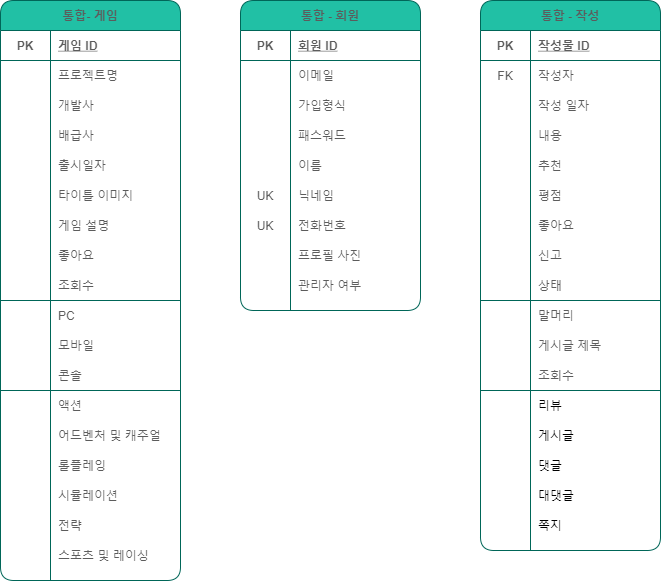
This is MIMIC-use.drawio.png from Bolgasaliee/SZ.SecondFinal-Database, a draw.io export, as it was before one commit. Source tidied: cells renumbered, new cells last; positions are measured from the earlier drawing's top-left corner, leaving out a move shared by most shapes.
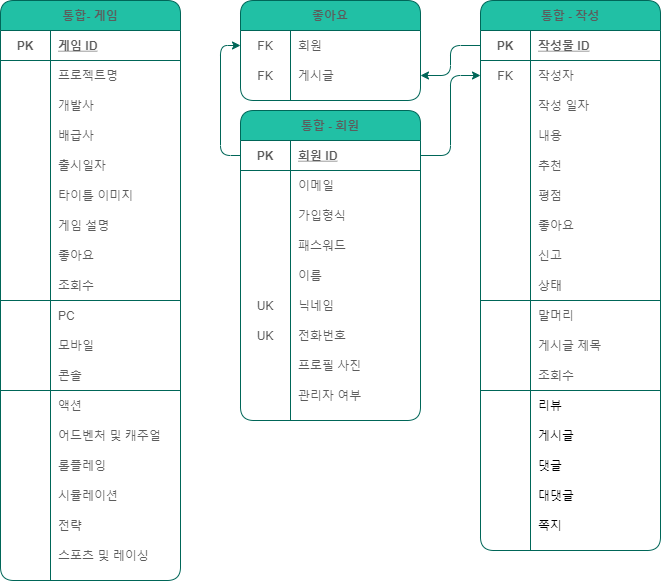
After the change.

The edit, as a diff of the source:
```diff
@@ -3,7 +3,7 @@
     <mxCell id="0" />
     <mxCell id="1" parent="0" />
     <mxCell id="2" value="통합 - 회원" style="shape=table;startSize=30;rowLines=0;fontStyle=1;align=center;fillColor=#21C0A5;strokeColor=#006658;fontColor=#5C5C5C;rounded=1;" parent="1" vertex="1">
-      <mxGeometry x="240" width="180" height="310" as="geometry" />
+      <mxGeometry x="240" y="110" width="180" height="310" as="geometry" />
     </mxCell>
     <mxCell id="3" style="shape=partialRectangle;fillColor=none;top=0;left=0;bottom=1;right=0;points=[[0,0.5],[1,0.5]];portConstraint=eastwest;strokeColor=#006658;fontColor=#5C5C5C;rounded=1;" parent="2" vertex="1">
       <mxGeometry y="30" width="180" height="30" as="geometry" />
@@ -425,5 +425,35 @@
     <mxCell id="140" value="쪽지" style="shape=partialRectangle;fillColor=none;top=0;left=0;bottom=0;right=0;align=left;spacingLeft=6;overflow=hidden;rounded=1;" parent="138" vertex="1">
       <mxGeometry x="50" width="130" height="30" as="geometry" />
     </mxCell>
+    <mxCell id="141" value="좋아요" style="shape=table;startSize=30;rowLines=0;fontStyle=1;align=center;fillColor=#21C0A5;strokeColor=#006658;fontColor=#5C5C5C;rounded=1;" parent="1" vertex="1">
+      <mxGeometry x="240" width="180" height="100" as="geometry" />
+    </mxCell>
+    <mxCell id="142" style="shape=partialRectangle;fillColor=none;top=0;left=0;bottom=0;right=0;points=[[0,0.5],[1,0.5]];portConstraint=eastwest;strokeColor=#006658;fontColor=#5C5C5C;rounded=1;" parent="141" vertex="1">
+      <mxGeometry y="30" width="180" height="30" as="geometry" />
+    </mxCell>
+    <mxCell id="143" value="FK" style="shape=partialRectangle;fillColor=none;top=0;left=0;bottom=0;right=0;overflow=hidden;strokeColor=#006658;fontColor=#5C5C5C;rounded=1;" parent="142" vertex="1">
+      <mxGeometry width="50" height="30" as="geometry" />
+    </mxCell>
+    <mxCell id="144" value="회원" style="shape=partialRectangle;fillColor=none;top=0;left=0;bottom=0;right=0;align=left;spacingLeft=6;overflow=hidden;strokeColor=#006658;fontColor=#5C5C5C;rounded=1;" parent="142" vertex="1">
+      <mxGeometry x="50" width="130" height="30" as="geometry" />
+    </mxCell>
+    <mxCell id="145" style="shape=partialRectangle;fillColor=none;top=0;left=0;bottom=0;right=0;points=[[0,0.5],[1,0.5]];portConstraint=eastwest;strokeColor=#006658;fontColor=#5C5C5C;rounded=1;" parent="141" vertex="1">
+      <mxGeometry y="60" width="180" height="30" as="geometry" />
+    </mxCell>
+    <mxCell id="146" value="FK" style="shape=partialRectangle;fillColor=none;top=0;left=0;bottom=0;right=0;overflow=hidden;strokeColor=#006658;fontColor=#5C5C5C;rounded=1;" parent="145" vertex="1">
+      <mxGeometry width="50" height="30" as="geometry" />
+    </mxCell>
+    <mxCell id="147" value="게시글" style="shape=partialRectangle;fillColor=none;top=0;left=0;bottom=0;right=0;align=left;spacingLeft=6;overflow=hidden;strokeColor=#006658;fontColor=#5C5C5C;rounded=1;" parent="145" vertex="1">
+      <mxGeometry x="50" width="130" height="30" as="geometry" />
+    </mxCell>
+    <mxCell id="148" style="edgeStyle=orthogonalEdgeStyle;curved=0;rounded=1;sketch=0;jettySize=auto;html=1;exitX=0;exitY=0.5;exitDx=0;exitDy=0;fontColor=#5C5C5C;strokeColor=#006658;fillColor=#21C0A5;" parent="1" edge="1" source="90" target="145">
+      <mxGeometry relative="1" as="geometry" />
+    </mxCell>
+    <mxCell id="149" style="edgeStyle=orthogonalEdgeStyle;curved=0;rounded=1;sketch=0;jettySize=auto;html=1;exitX=0;exitY=0.5;exitDx=0;exitDy=0;entryX=0;entryY=0.5;entryDx=0;entryDy=0;fontColor=#5C5C5C;strokeColor=#006658;fillColor=#21C0A5;" parent="1" edge="1" source="3" target="142">
+      <mxGeometry relative="1" as="geometry" />
+    </mxCell>
+    <mxCell id="150" style="edgeStyle=orthogonalEdgeStyle;curved=0;rounded=1;sketch=0;jettySize=auto;html=1;exitX=1;exitY=0.5;exitDx=0;exitDy=0;entryX=0;entryY=0.5;entryDx=0;entryDy=0;fontColor=#5C5C5C;strokeColor=#006658;fillColor=#21C0A5;" parent="1" edge="1" source="3" target="93">
+      <mxGeometry relative="1" as="geometry" />
+    </mxCell>
   </root>
 </mxGraphModel>
```
